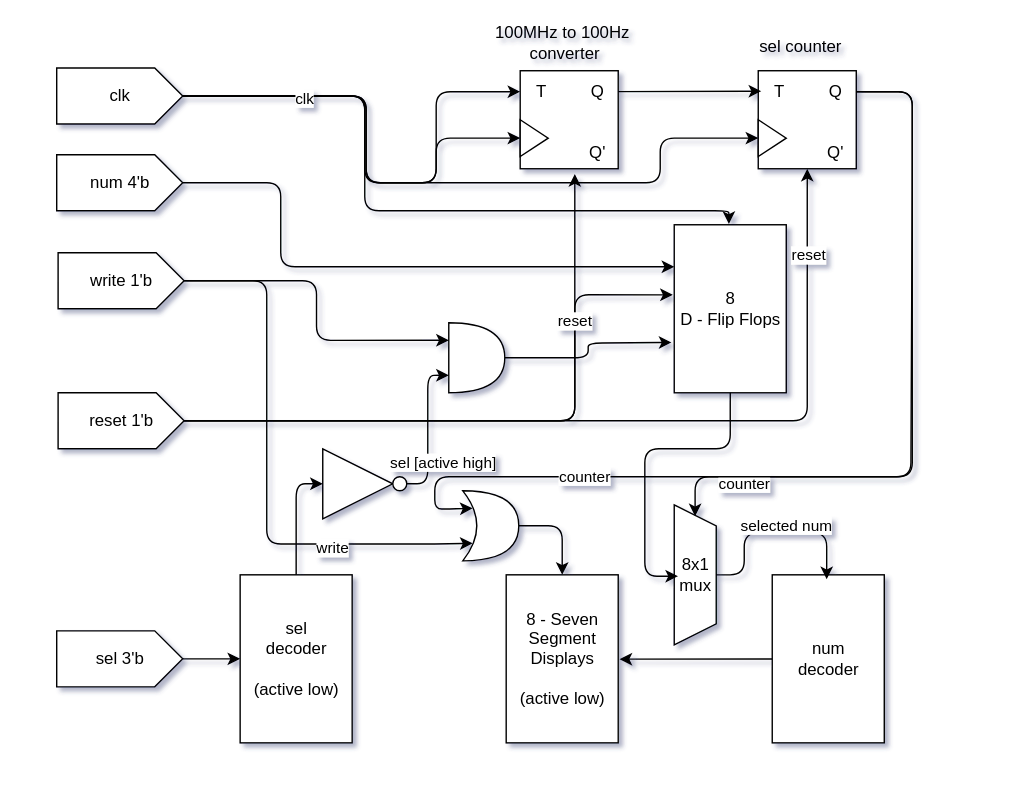
talhaticx/DSD_2023_EE_174 keeps this draw.io diagram as Lab-7/docs/circuit.svg. Above is the earlier version. Source tidied: cells renumbered, new cells last; positions are measured from the earlier drawing's top-left corner, leaving out a move shared by most shapes.
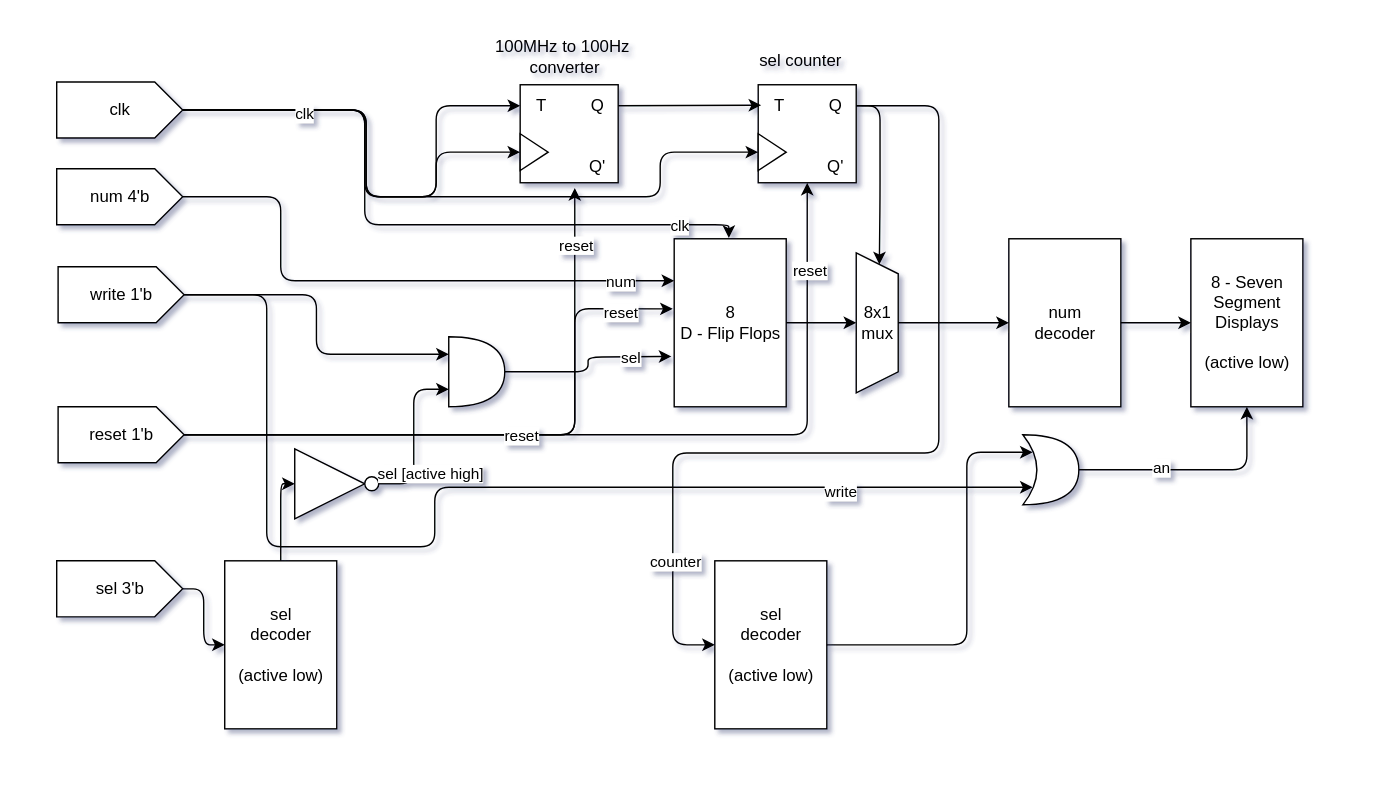
The same diagram one commit later.

What changed in the source:
```diff
@@ -3,7 +3,7 @@
     <mxCell id="0" />
     <mxCell id="1" parent="0" />
     <mxCell id="2" value="num&lt;div&gt;decoder&lt;/div&gt;" style="externalPins=0;shadow=0;dashed=0;align=center;html=1;strokeWidth=1;shape=mxgraph.rtl.abstract.entity;kind=sequential;drawPins=0;left=3;right=2;bottom=0;top=0;" parent="1" vertex="1">
-      <mxGeometry x="551" y="410" width="80" height="120" as="geometry" />
+      <mxGeometry x="720" y="160" width="80" height="120" as="geometry" />
     </mxCell>
     <mxCell id="3" style="edgeStyle=orthogonalEdgeStyle;html=1;entryX=0;entryY=0.5;entryDx=0;entryDy=0;" parent="1" edge="1" source="5" target="22">
       <mxGeometry relative="1" as="geometry" />
@@ -11,14 +11,17 @@
     <mxCell id="4" style="edgeStyle=orthogonalEdgeStyle;html=1;exitX=1;exitY=0.5;exitDx=0;exitDy=0;exitPerimeter=0;" parent="1" edge="1" source="36" target="24">
       <mxGeometry relative="1" as="geometry" />
     </mxCell>
+    <mxCell id="62" value="an" style="edgeLabel;html=1;align=center;verticalAlign=middle;" parent="4" vertex="1">
+      <mxGeometry x="-0.3" y="2" relative="1" as="geometry" />
+    </mxCell>
     <mxCell id="5" value="sel&lt;div&gt;decoder&lt;/div&gt;&lt;div&gt;&lt;br&gt;&lt;/div&gt;&lt;div&gt;(active low)&lt;/div&gt;" style="externalPins=0;shadow=0;dashed=0;align=center;html=1;strokeWidth=1;shape=mxgraph.rtl.abstract.entity;kind=sequential;drawPins=0;left=3;right=2;bottom=0;top=0;" parent="1" vertex="1">
-      <mxGeometry x="171" y="410" width="80" height="120" as="geometry" />
+      <mxGeometry x="160" y="390" width="80" height="120" as="geometry" />
     </mxCell>
     <mxCell id="6" value="num 4'b" style="externalPins=0;shadow=0;dashed=0;align=center;html=1;strokeWidth=1;shape=mxgraph.rtl.abstract.entity;kind=input;drawPins=0;left=0;right=1;bottom=0;top=0;" parent="1" vertex="1">
       <mxGeometry x="40" y="110" width="90" height="40" as="geometry" />
     </mxCell>
     <mxCell id="7" value="sel 3'b" style="externalPins=0;shadow=0;dashed=0;align=center;html=1;strokeWidth=1;shape=mxgraph.rtl.abstract.entity;kind=input;drawPins=0;left=0;right=1;bottom=0;top=0;" parent="1" vertex="1">
-      <mxGeometry x="40" y="450" width="90" height="40" as="geometry" />
+      <mxGeometry x="40" y="390" width="90" height="40" as="geometry" />
     </mxCell>
     <mxCell id="8" value="write 1'b" style="externalPins=0;shadow=0;dashed=0;align=center;html=1;strokeWidth=1;shape=mxgraph.rtl.abstract.entity;kind=input;drawPins=0;left=0;right=1;bottom=0;top=0;" parent="1" vertex="1">
       <mxGeometry x="41" y="180" width="90" height="40" as="geometry" />
@@ -63,6 +66,9 @@
         </Array>
       </mxGeometry>
     </mxCell>
+    <mxCell id="63" value="reset" style="edgeLabel;html=1;align=center;verticalAlign=middle;" parent="13" vertex="1">
+      <mxGeometry x="0.82" relative="1" as="geometry" />
+    </mxCell>
     <mxCell id="14" style="edgeStyle=orthogonalEdgeStyle;html=1;exitX=0;exitY=0;exitDx=90;exitDy=20;exitPerimeter=0;entryX=0.5;entryY=1;entryDx=0;entryDy=0;" parent="1" edge="1" source="16" target="40">
       <mxGeometry relative="1" as="geometry" />
     </mxCell>
@@ -72,6 +78,9 @@
     <mxCell id="16" value="reset 1'b" style="externalPins=0;shadow=0;dashed=0;align=center;html=1;strokeWidth=1;shape=mxgraph.rtl.abstract.entity;kind=input;drawPins=0;left=0;right=1;bottom=0;top=0;" parent="1" vertex="1">
       <mxGeometry x="41" y="280" width="90" height="40" as="geometry" />
     </mxCell>
+    <mxCell id="61" style="edgeStyle=none;html=1;" parent="1" edge="1" source="17" target="33">
+      <mxGeometry relative="1" as="geometry" />
+    </mxCell>
     <mxCell id="17" value="&lt;div&gt;8&lt;/div&gt;D - Flip Flops" style="externalPins=0;shadow=0;dashed=0;align=center;html=1;strokeWidth=1;shape=mxgraph.rtl.abstract.entity;kind=sequential;drawPins=0;left=3;right=2;bottom=0;top=0;" parent="1" vertex="1">
       <mxGeometry x="481" y="160" width="80" height="120" as="geometry" />
     </mxCell>
@@ -82,6 +91,9 @@
         </Array>
       </mxGeometry>
     </mxCell>
+    <mxCell id="64" value="num" style="edgeLabel;html=1;align=center;verticalAlign=middle;" parent="18" vertex="1">
+      <mxGeometry x="0.81" relative="1" as="geometry" />
+    </mxCell>
     <mxCell id="19" style="edgeStyle=orthogonalEdgeStyle;html=1;exitX=0;exitY=0;exitDx=90;exitDy=20;exitPerimeter=0;entryX=0.488;entryY=-0.005;entryDx=0;entryDy=0;entryPerimeter=0;" parent="1" edge="1" source="12" target="17">
       <mxGeometry relative="1" as="geometry">
         <Array as="points">
@@ -96,8 +108,13 @@
         <mxPoint x="-1" as="offset" />
       </mxGeometry>
     </mxCell>
+    <mxCell id="65" value="clk" style="edgeLabel;html=1;align=center;verticalAlign=middle;" parent="19" vertex="1">
+      <mxGeometry x="0.81" y="-3" relative="1" as="geometry">
+        <mxPoint y="-3" as="offset" />
+      </mxGeometry>
+    </mxCell>
     <mxCell id="21" style="group;" parent="1" vertex="1">
-      <mxGeometry x="230" y="320" width="60" height="50" as="geometry" />
+      <mxGeometry x="210" y="310" width="60" height="50" as="geometry" />
     </mxCell>
     <mxCell id="22" style="triangle;whiteSpace=wrap;html=1;" parent="21" vertex="1">
       <mxGeometry width="50" height="50" as="geometry" />
@@ -106,7 +123,7 @@
       <mxGeometry x="50" y="20" width="10" height="10" as="geometry" />
     </mxCell>
     <mxCell id="24" value="&lt;div&gt;8 -&amp;nbsp;&lt;span style=&quot;background-color: transparent;&quot;&gt;Seven&lt;/span&gt;&lt;/div&gt;&lt;div&gt;Segment&lt;/div&gt;Displays&lt;div&gt;&lt;font color=&quot;#000000&quot;&gt;&lt;br&gt;&lt;/font&gt;&lt;div&gt;(active low)&lt;/div&gt;&lt;/div&gt;" style="externalPins=0;shadow=0;dashed=0;align=center;html=1;strokeWidth=1;shape=mxgraph.rtl.abstract.entity;kind=sequential;drawPins=0;left=3;right=2;bottom=0;top=0;" parent="1" vertex="1">
-      <mxGeometry x="361" y="410" width="80" height="120" as="geometry" />
+      <mxGeometry x="850" y="160" width="80" height="120" as="geometry" />
     </mxCell>
     <mxCell id="25" style="edgeStyle=orthogonalEdgeStyle;html=1;exitX=0;exitY=0;exitDx=90;exitDy=20;exitPerimeter=0;entryX=0;entryY=0;entryDx=0;entryDy=60;entryPerimeter=0;" parent="1" edge="1" source="7" target="5">
       <mxGeometry relative="1" as="geometry" />
@@ -120,8 +137,13 @@
       </mxGeometry>
     </mxCell>
     <mxCell id="27" value="reset" style="edgeLabel;html=1;align=center;verticalAlign=middle;" parent="26" vertex="1">
-      <mxGeometry x="0.6" relative="1" as="geometry" />
+      <mxGeometry x="0.6" relative="1" as="geometry">
+        <mxPoint x="-39" y="71" as="offset" />
+      </mxGeometry>
     </mxCell>
+    <mxCell id="66" value="reset" style="edgeLabel;html=1;align=center;verticalAlign=middle;" parent="26" vertex="1">
+      <mxGeometry x="0.83" y="-2" relative="1" as="geometry" />
+    </mxCell>
     <mxCell id="28" style="shape=or;whiteSpace=wrap;html=1;" parent="1" vertex="1">
       <mxGeometry x="320" y="230" width="40" height="50" as="geometry" />
     </mxCell>
@@ -141,32 +163,22 @@
         <mxPoint x="479" y="244" as="targetPoint" />
       </mxGeometry>
     </mxCell>
+    <mxCell id="67" value="sel" style="edgeLabel;html=1;align=center;verticalAlign=middle;" parent="32" vertex="1">
+      <mxGeometry x="0.55" relative="1" as="geometry" />
+    </mxCell>
     <mxCell id="33" value="8x1&lt;div&gt;mux&lt;/div&gt;" style="externalPins=0;shadow=0;dashed=0;align=center;html=1;strokeWidth=1;shape=mxgraph.rtl.abstract.entity;kind=mux;drawPins=0;left=4;right=1;bottom=0;top=0;" parent="1" vertex="1">
-      <mxGeometry x="481" y="360" width="30" height="100" as="geometry" />
+      <mxGeometry x="611" y="170" width="30" height="100" as="geometry" />
     </mxCell>
-    <mxCell id="34" style="edgeStyle=orthogonalEdgeStyle;html=1;entryX=0.486;entryY=0.026;entryDx=0;entryDy=0;entryPerimeter=0;" parent="1" edge="1" source="33" target="2">
-      <mxGeometry relative="1" as="geometry">
-        <Array as="points">
-          <mxPoint x="531" y="410" />
-          <mxPoint x="531" y="380" />
-          <mxPoint x="590" y="380" />
-        </Array>
-      </mxGeometry>
-    </mxCell>
-    <mxCell id="35" value="selected num" style="edgeLabel;html=1;align=center;verticalAlign=middle;" parent="34" vertex="1">
-      <mxGeometry x="-0.34" y="-1" relative="1" as="geometry">
-        <mxPoint x="29" y="-9" as="offset" />
-      </mxGeometry>
-    </mxCell>
     <mxCell id="36" style="shape=xor;whiteSpace=wrap;html=1;" parent="1" vertex="1">
-      <mxGeometry x="330" y="350" width="40" height="50" as="geometry" />
+      <mxGeometry x="730" y="300" width="40" height="50" as="geometry" />
     </mxCell>
     <mxCell id="37" style="edgeStyle=orthogonalEdgeStyle;html=1;exitX=0;exitY=0;exitDx=90;exitDy=20;exitPerimeter=0;entryX=0.175;entryY=0.75;entryDx=0;entryDy=0;entryPerimeter=0;" parent="1" edge="1" source="8" target="36">
       <mxGeometry relative="1" as="geometry">
         <Array as="points">
           <mxPoint x="190" y="200" />
-          <mxPoint x="190" y="388" />
-          <mxPoint x="310" y="388" />
+          <mxPoint x="190" y="380" />
+          <mxPoint x="310" y="380" />
+          <mxPoint x="310" y="338" />
         </Array>
       </mxGeometry>
     </mxCell>
@@ -196,21 +208,6 @@
     <mxCell id="45" style="edgeStyle=none;html=1;entryX=0.071;entryY=0.486;entryDx=0;entryDy=0;entryPerimeter=0;" parent="1" edge="1" source="53" target="42">
       <mxGeometry relative="1" as="geometry" />
     </mxCell>
-    <mxCell id="46" style="edgeStyle=orthogonalEdgeStyle;html=1;entryX=0.497;entryY=0.082;entryDx=0;entryDy=0;entryPerimeter=0;" parent="1" edge="1" source="43" target="33">
-      <mxGeometry relative="1" as="geometry">
-        <Array as="points">
-          <mxPoint x="651" y="65" />
-          <mxPoint x="651" y="125" />
-          <mxPoint x="650" y="340" />
-          <mxPoint x="496" y="340" />
-        </Array>
-      </mxGeometry>
-    </mxCell>
-    <mxCell id="47" value="counter" style="edgeLabel;html=1;align=center;verticalAlign=middle;" parent="46" vertex="1">
-      <mxGeometry x="0.53" relative="1" as="geometry">
-        <mxPoint x="-54" y="5" as="offset" />
-      </mxGeometry>
-    </mxCell>
     <mxCell id="48" style="group;" parent="1" vertex="1">
       <mxGeometry x="341" y="10" width="120" height="110" as="geometry" />
     </mxCell>
@@ -238,36 +235,49 @@
     <mxCell id="56" value="sel counter" style="text;html=1;align=center;verticalAlign=middle;strokeColor=none;fillColor=none;" parent="1" vertex="1">
       <mxGeometry x="531" y="18" width="80" height="30" as="geometry" />
     </mxCell>
-    <mxCell id="57" style="edgeStyle=orthogonalEdgeStyle;html=1;entryX=0.09;entryY=0.51;entryDx=0;entryDy=0;entryPerimeter=0;" parent="1" edge="1" source="17" target="33">
-      <mxGeometry relative="1" as="geometry">
-        <Array as="points">
-          <mxPoint x="521" y="320" />
-          <mxPoint x="460" y="320" />
-          <mxPoint x="460" y="411" />
-        </Array>
-      </mxGeometry>
-    </mxCell>
-    <mxCell id="58" style="edgeStyle=orthogonalEdgeStyle;html=1;entryX=0.175;entryY=0.25;entryDx=0;entryDy=0;entryPerimeter=0;" parent="1" edge="1" source="43" target="36">
+    <mxCell id="58" style="edgeStyle=orthogonalEdgeStyle;html=1;entryX=0;entryY=0;entryDx=0;entryDy=60;entryPerimeter=0;" parent="1" edge="1" source="43" target="68">
       <mxGeometry relative="1" as="geometry">
         <Array as="points">
-          <mxPoint x="651" y="65" />
-          <mxPoint x="651" y="340" />
-          <mxPoint x="310" y="340" />
-          <mxPoint x="310" y="363" />
-          <mxPoint x="320" y="363" />
+          <mxPoint x="670" y="65" />
+          <mxPoint x="670" y="313" />
+          <mxPoint x="480" y="313" />
+          <mxPoint x="480" y="450" />
         </Array>
       </mxGeometry>
     </mxCell>
     <mxCell id="59" value="counter" style="edgeLabel;html=1;align=center;verticalAlign=middle;" parent="58" vertex="1">
       <mxGeometry x="0.3" y="1" relative="1" as="geometry">
-        <mxPoint x="-91" y="-1" as="offset" />
+        <mxPoint x="-65" y="76" as="offset" />
       </mxGeometry>
     </mxCell>
+    <mxCell id="46" style="edgeStyle=orthogonalEdgeStyle;html=1;entryX=0.551;entryY=0.083;entryDx=0;entryDy=0;entryPerimeter=0;" parent="1" edge="1" source="43" target="33">
+      <mxGeometry relative="1" as="geometry">
+        <Array as="points">
+          <mxPoint x="628" y="65" />
+          <mxPoint x="628" y="130" />
+          <mxPoint x="628" y="130" />
+        </Array>
+      </mxGeometry>
+    </mxCell>
+    <mxCell id="34" style="edgeStyle=none;html=1;exitX=0;exitY=0;exitDx=30;exitDy=50;exitPerimeter=0;entryX=0;entryY=0;entryDx=0;entryDy=60;entryPerimeter=0;" parent="1" edge="1" source="33" target="2">
+      <mxGeometry relative="1" as="geometry" />
+    </mxCell>
-    <mxCell id="60" style="edgeStyle=none;html=1;entryX=1.012;entryY=0.502;entryDx=0;entryDy=0;entryPerimeter=0;" parent="1" edge="1" source="2" target="24">
+    <mxCell id="60" style="edgeStyle=none;html=1;entryX=0;entryY=0;entryDx=0;entryDy=60;entryPerimeter=0;" parent="1" edge="1" source="2" target="24">
       <mxGeometry relative="1" as="geometry" />
     </mxCell>
-    <mxCell id="61" style="rounded=0;whiteSpace=wrap;html=1;fillColor=#f5f5f5;fontColor=#333333;strokeColor=#666666;opacity=0;" parent="1" vertex="1">
-      <mxGeometry width="720" height="560" as="geometry" />
-    </mxCell>
+    <mxCell id="68" value="sel&lt;div&gt;decoder&lt;/div&gt;&lt;div&gt;&lt;br&gt;&lt;/div&gt;&lt;div&gt;(active low)&lt;/div&gt;" style="externalPins=0;shadow=0;dashed=0;align=center;html=1;strokeWidth=1;shape=mxgraph.rtl.abstract.entity;kind=sequential;drawPins=0;left=3;right=2;bottom=0;top=0;" parent="1" vertex="1">
+      <mxGeometry x="510" y="390" width="80" height="120" as="geometry" />
+    </mxCell>
+    <mxCell id="69" style="edgeStyle=orthogonalEdgeStyle;html=1;entryX=0.175;entryY=0.25;entryDx=0;entryDy=0;entryPerimeter=0;" parent="1" edge="1" source="68" target="36">
+      <mxGeometry relative="1" as="geometry">
+        <Array as="points">
+          <mxPoint x="690" y="450" />
+          <mxPoint x="690" y="313" />
+        </Array>
+      </mxGeometry>
+    </mxCell>
+    <mxCell id="70" style="rounded=0;whiteSpace=wrap;html=1;opacity=0;" parent="1" vertex="1">
+      <mxGeometry y="-10" width="970" height="550" as="geometry" />
+    </mxCell>
   </root>
 </mxGraphModel>
```
